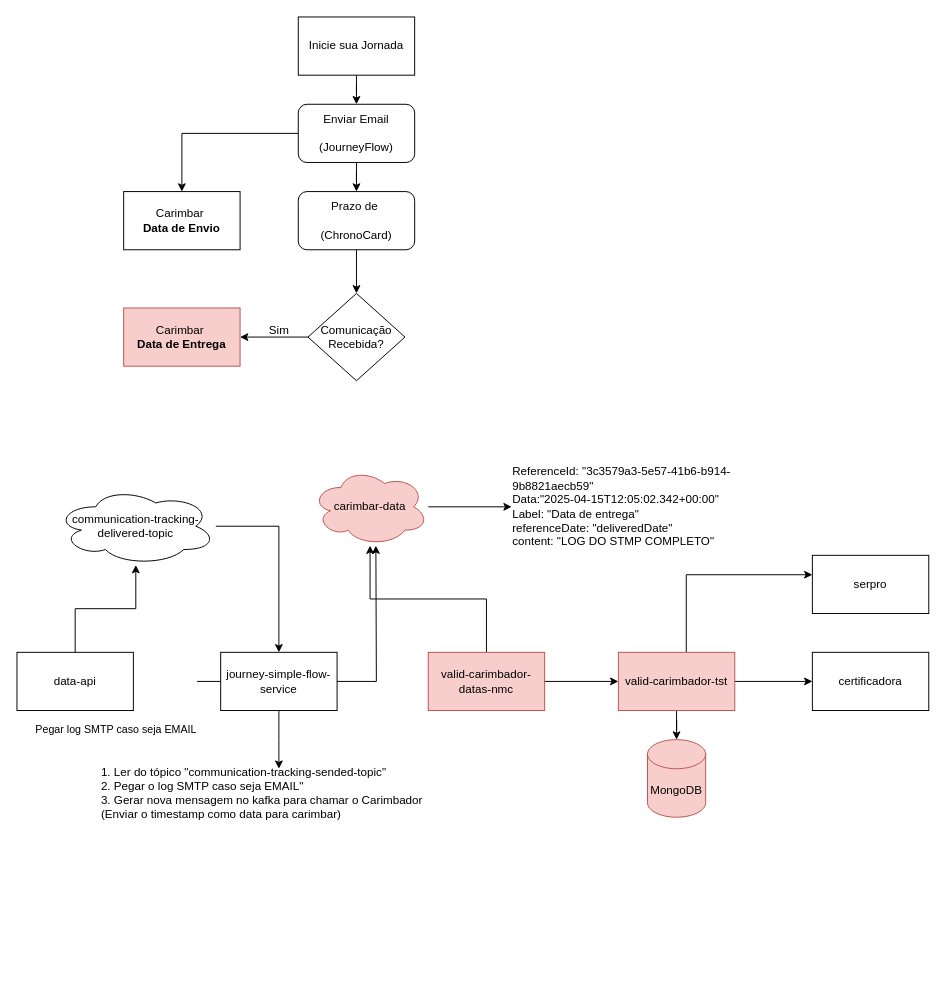
This is page "Desenho Jornada Carimbo Data de Recebimento Email com Back" (4 of 5) of Diagrama Journey.drawio from caio-bueno/draws-valid, a draw.io file, before an edit. Source tidied: cells renumbered, new cells numbered last; positions are measured from the earlier drawing's top-left corner, leaving out a move shared by most shapes. Both pictures are drawn from the tidied source at 97%, with x=0, y=0 at pixel (16, 16).
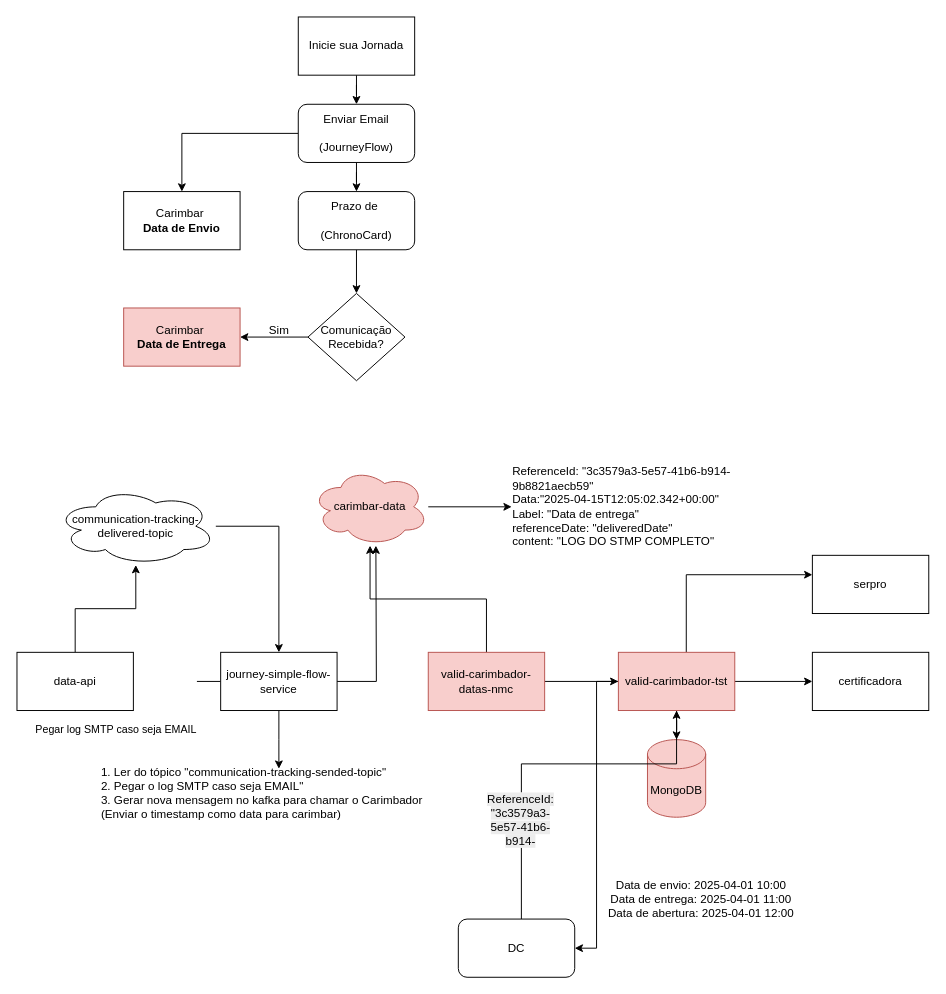
After the change.

Unchanged cells that the change refers to:
```xml
<mxCell id="28" value="valid-carimbador-tst" style="rounded=0;whiteSpace=wrap;html=1;fillColor=#f8cecc;strokeColor=#b85450;" parent="1" vertex="1">
  <mxGeometry x="620" y="655" width="120" height="60" as="geometry" />
</mxCell>
```

Change to the diagram source:
```diff
@@
+    <mxCell id="37" style="edgeStyle=orthogonalEdgeStyle;rounded=0;jettySize=auto;html=1;entryX=1;entryY=0.5;entryDx=0;entryDy=0;" parent="1" edge="1" source="28" target="40">
+      <mxGeometry relative="1" as="geometry" />
+    </mxCell>
@@
+    <mxCell id="38" style="edgeStyle=orthogonalEdgeStyle;rounded=0;jettySize=auto;html=1;" parent="1" edge="1" source="40" target="28">
+      <mxGeometry relative="1" as="geometry">
+        <Array as="points">
+          <mxPoint x="520" y="770" />
+          <mxPoint x="680" y="770" />
+        </Array>
+      </mxGeometry>
+    </mxCell>
+    <mxCell id="39" value="&lt;span style=&quot;font-size: 12px; text-align: left; text-wrap-mode: wrap; background-color: rgb(236, 236, 236);&quot;&gt;ReferenceId: &quot;3c3579a3-5e57-41b6-b914-&lt;/span&gt;" style="edgeLabel;html=1;align=center;verticalAlign=middle;" parent="38" vertex="1">
+      <mxGeometry x="-0.45" y="2" relative="1" as="geometry" />
+    </mxCell>
+    <mxCell id="40" value="DC" style="rounded=1;whiteSpace=wrap;html=1;" parent="1" vertex="1">
+      <mxGeometry x="455" y="930" width="120" height="60" as="geometry" />
+    </mxCell>
+    <mxCell id="41" value="&lt;div&gt;&lt;br&gt;&lt;/div&gt;&lt;div&gt;&lt;br&gt;&lt;/div&gt;Data de envio: 2025-04-01 10:00&lt;div&gt;Data de entrega: 2025-04-01 11:00&lt;/div&gt;&lt;div&gt;Data de abertura: 2025-04-01 12:00&lt;/div&gt;" style="text;html=1;align=center;verticalAlign=middle;strokeColor=none;fillColor=none;" parent="1" vertex="1">
+      <mxGeometry x="600" y="850" width="210" height="90" as="geometry" />
+    </mxCell>
```
